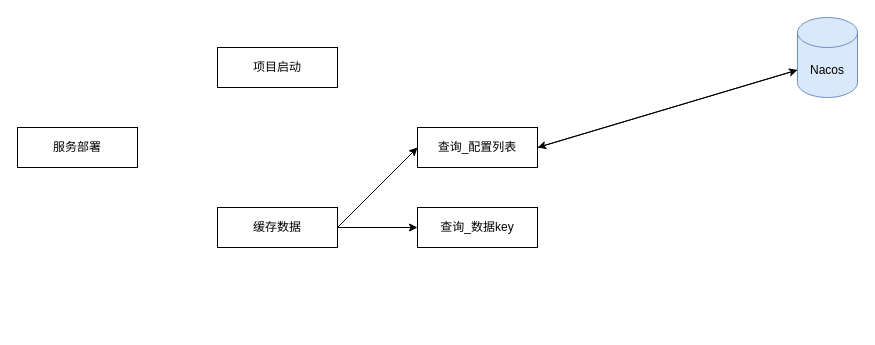
The draw.io diagram xiwang/续报中心-接口缓存方案.drawio in LanSeTianYe/draw, before the edit. Source tidied: cells renumbered, new cells numbered last; positions are measured from the earlier drawing's top-left corner, leaving out a move shared by most shapes. Both pictures are drawn from the tidied source at 100%, with x=0, y=0 at pixel (17, 17).
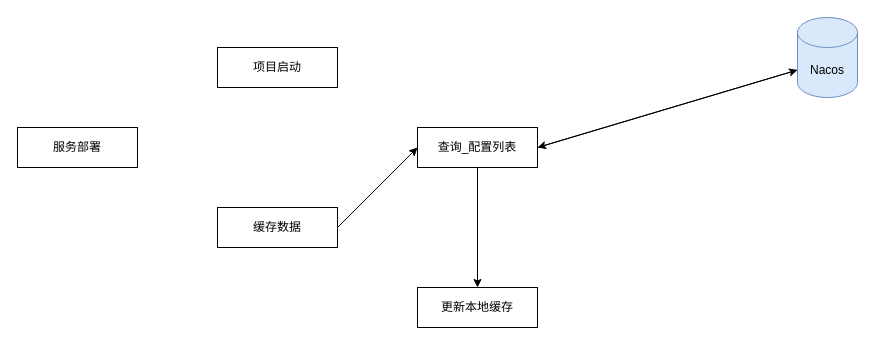
After the change.

Commit message (it also covers changes not shown here):
更新续报中心-接口缓存方案.drawio

The edit, as a diff of the source:
```diff
@@
 <mxGraphModel>
   <root>
     <mxCell id="0" />
     <mxCell id="1" parent="0" />
     <mxCell id="2" value="服务部署" style="rounded=0;whiteSpace=wrap;html=1;" parent="1" vertex="1">
       <mxGeometry y="110" width="120" height="40" as="geometry" />
     </mxCell>
     <mxCell id="3" value="项目启动" style="rounded=0;whiteSpace=wrap;html=1;" parent="1" vertex="1">
       <mxGeometry x="200" y="30" width="120" height="40" as="geometry" />
     </mxCell>
     <mxCell id="4" style="rounded=0;jettySize=auto;html=1;exitX=1;exitY=0.5;exitDx=0;exitDy=0;entryX=0;entryY=0.5;entryDx=0;entryDy=0;" parent="1" edge="1" source="6" target="7">
       <mxGeometry relative="1" as="geometry" />
     </mxCell>
-    <mxCell id="5" style="edgeStyle=orthogonalEdgeStyle;rounded=0;jettySize=auto;html=1;exitX=1;exitY=0.5;exitDx=0;exitDy=0;" parent="1" edge="1" source="6" target="11">
-      <mxGeometry relative="1" as="geometry" />
-    </mxCell>
     <mxCell id="6" value="缓存数据" style="rounded=0;whiteSpace=wrap;html=1;" parent="1" vertex="1">
       <mxGeometry x="200" y="190" width="120" height="40" as="geometry" />
     </mxCell>
+    <mxCell id="12" style="edgeStyle=orthogonalEdgeStyle;rounded=0;jettySize=auto;html=1;exitX=0.5;exitY=1;exitDx=0;exitDy=0;" parent="1" edge="1" source="7" target="13">
+      <mxGeometry relative="1" as="geometry" />
+    </mxCell>
     <mxCell id="7" value="查询_配置列表" style="rounded=0;whiteSpace=wrap;html=1;" parent="1" vertex="1">
       <mxGeometry x="400" y="110" width="120" height="40" as="geometry" />
     </mxCell>
     <mxCell id="8" style="rounded=0;jettySize=auto;html=1;exitX=0;exitY=0;exitDx=0;exitDy=52.5;exitPerimeter=0;entryX=1;entryY=0.5;entryDx=0;entryDy=0;" parent="1" edge="1" source="9" target="7">
       <mxGeometry relative="1" as="geometry" />
     </mxCell>
     <mxCell id="9" value="Nacos" style="shape=cylinder3;whiteSpace=wrap;html=1;boundedLbl=1;backgroundOutline=1;size=15;fillColor=#dae8fc;strokeColor=#6c8ebf;" parent="1" vertex="1">
       <mxGeometry x="780" width="60" height="80" as="geometry" />
     </mxCell>
     <mxCell id="10" style="rounded=0;jettySize=auto;html=1;exitX=1;exitY=0.5;exitDx=0;exitDy=0;entryX=0;entryY=0;entryDx=0;entryDy=52.5;entryPerimeter=0;" parent="1" edge="1" source="7" target="9">
       <mxGeometry relative="1" as="geometry" />
     </mxCell>
-    <mxCell id="11" value="查询_数据key" style="rounded=0;whiteSpace=wrap;html=1;" parent="1" vertex="1">
-      <mxGeometry x="400" y="190" width="120" height="40" as="geometry" />
-    </mxCell>
+    <mxCell id="13" value="更新本地缓存" style="rounded=0;whiteSpace=wrap;html=1;" parent="1" vertex="1">
+      <mxGeometry x="400" y="270" width="120" height="40" as="geometry" />
+    </mxCell>
   </root>
 </mxGraphModel>
```
